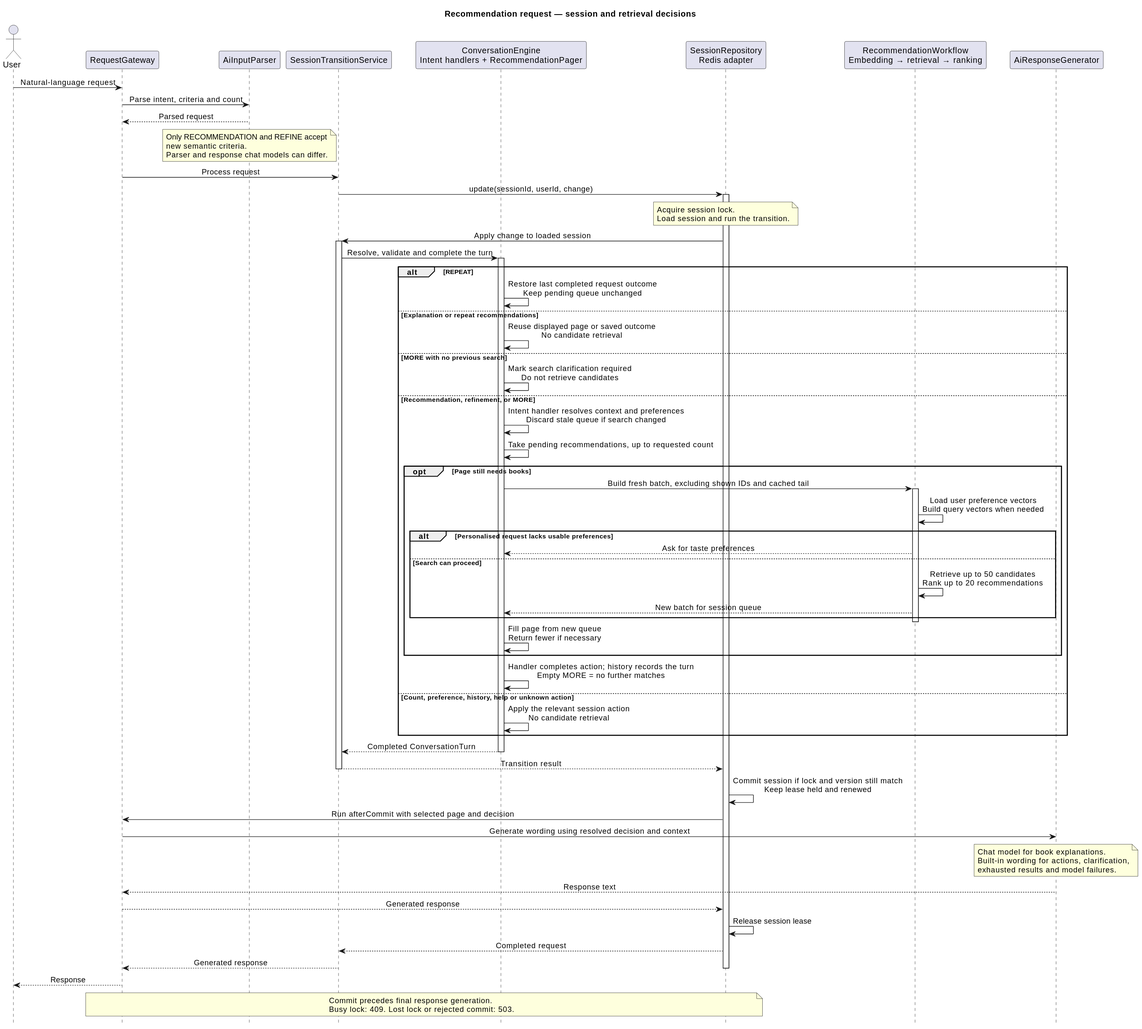
The PlantUML diagram docs/diagrams/recommendation-flow.svg in Juliu9/IT-Project, before a commit.
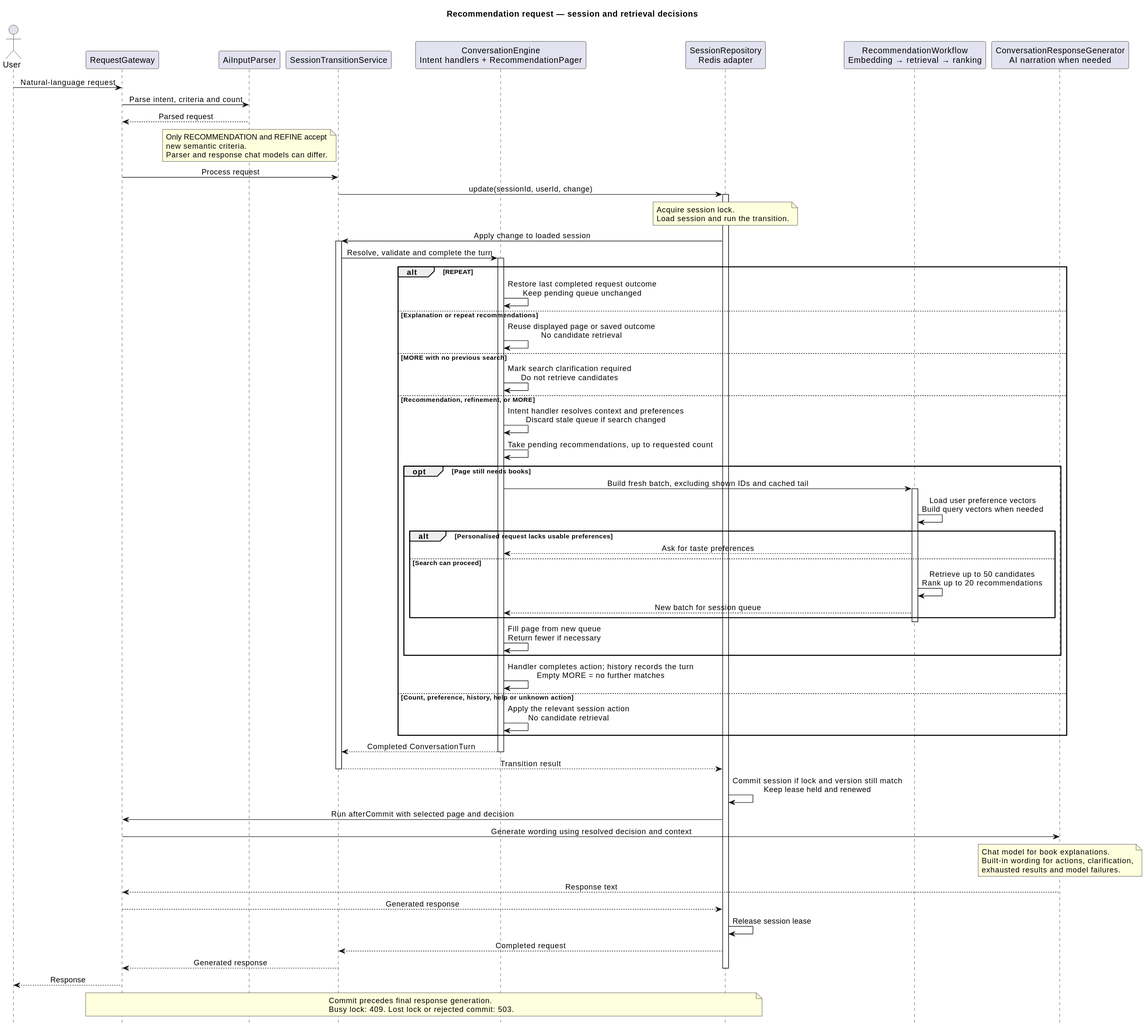
The same diagram one commit later.

Commit message:
Document shared catalogue and response generation responsibilities

Change to the diagram source:
```diff
@@ -13,7 +13,7 @@
 participant "ConversationEngine\nIntent handlers + RecommendationPager" as Engine
 participant "SessionRepository\nRedis adapter" as Sessions
 participant "RecommendationWorkflow\nEmbedding → retrieval → ranking" as Workflow
-participant AiResponseGenerator as Response
+participant "ConversationResponseGenerator\nAI narration when needed" as Response
 
 User -> Gateway : Natural-language request
 Gateway -> Parser : Parse intent, criteria and count
```
